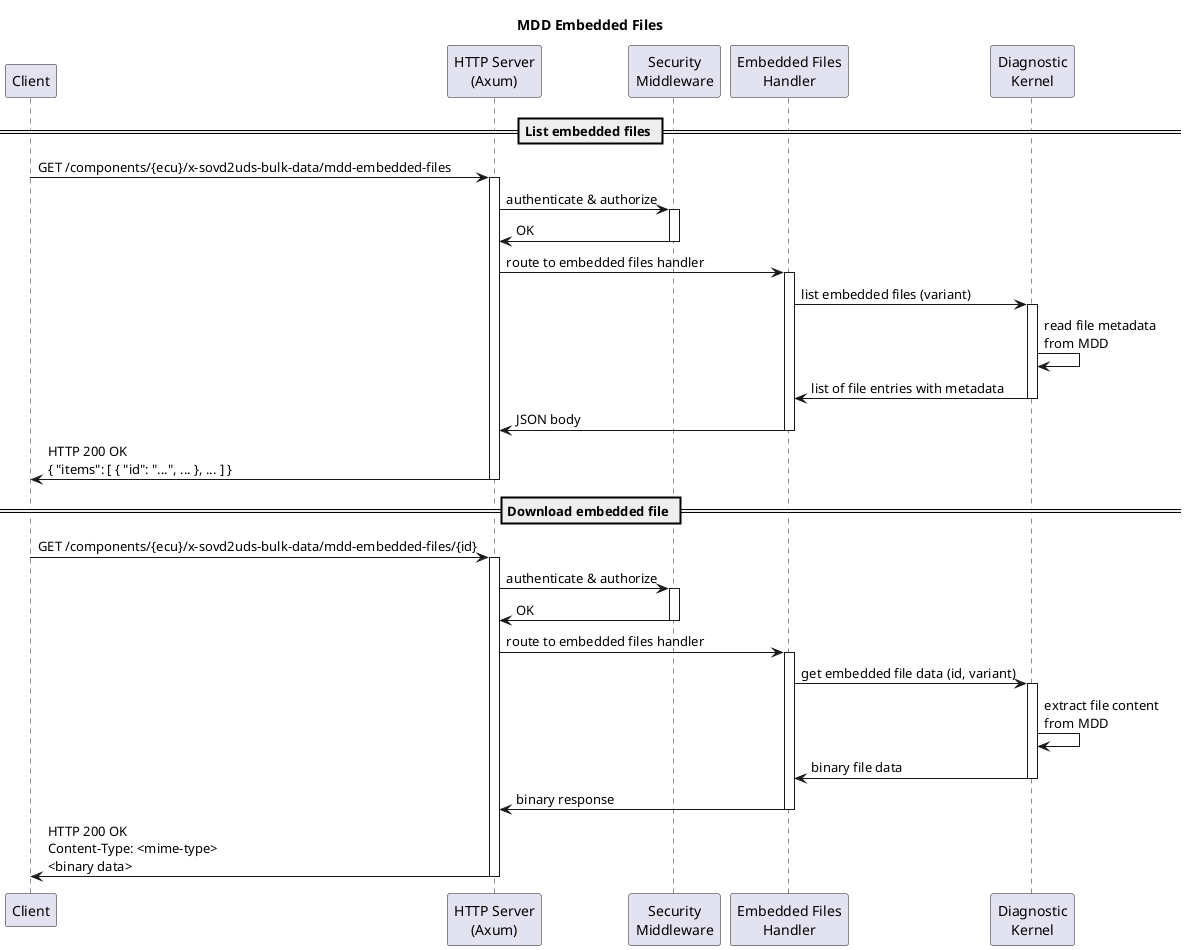
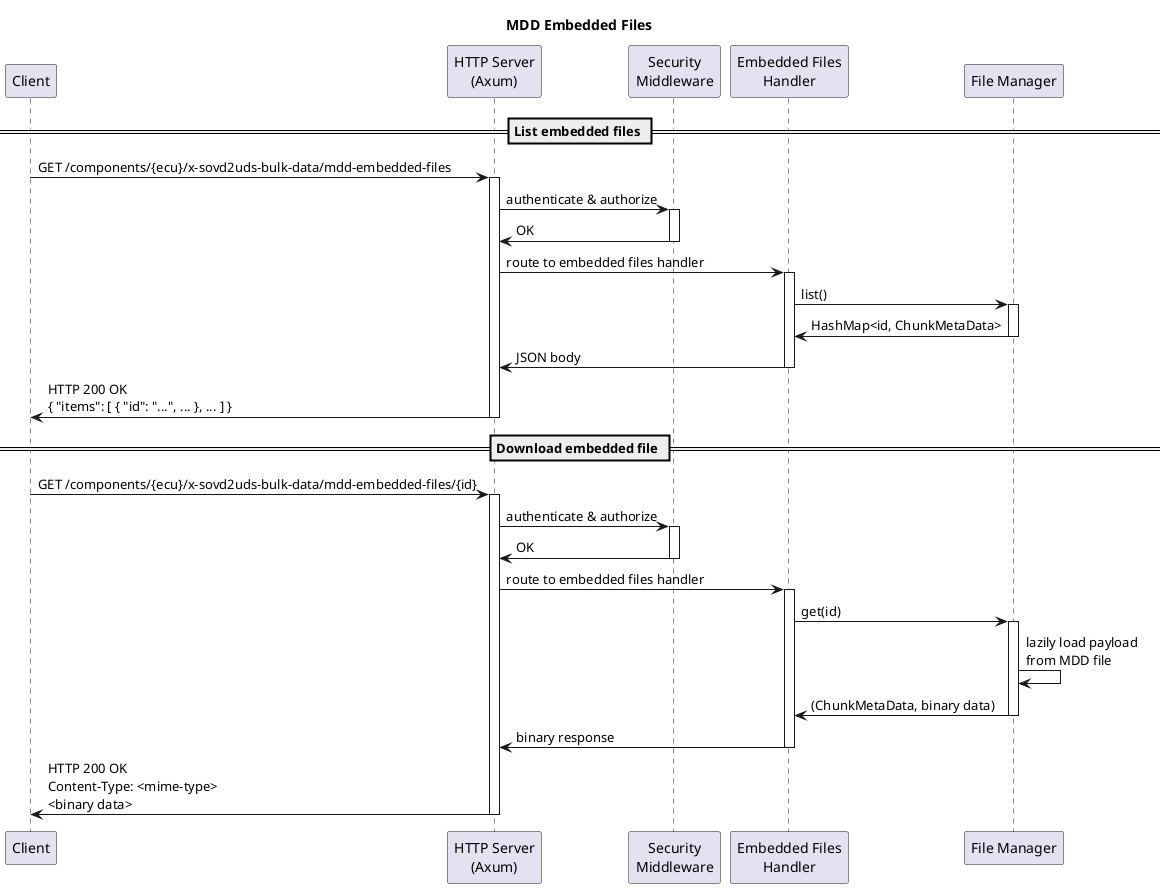
' SPDX-FileCopyrightText: 2026 Copyright (c) Contributors to the Eclipse Foundation
'
' See the NOTICE file(s) distributed with this work for additional
' information regarding copyright ownership.
'
' This program and the accompanying materials are made available under the
' terms of the Apache License Version 2.0 which is available at
' https://www.apache.org/licenses/LICENSE-2.0
'
' SPDX-License-Identifier: Apache-2.0

@startuml
title MDD Embedded Files

participant Client
participant "HTTP Server\n(Axum)" as HTTP
participant "Security\nMiddleware" as SEC
participant "Embedded Files\nHandler" as HANDLER
- participant "Diagnostic\nKernel" as DIAG
+ participant "File Manager" as FM

== List embedded files ==

Client -> HTTP : GET /components/{ecu}/x-sovd2uds-bulk-data/mdd-embedded-files
activate HTTP

HTTP -> SEC : authenticate & authorize
activate SEC
SEC -> HTTP : OK
deactivate SEC

HTTP -> HANDLER : route to embedded files handler
activate HANDLER

- HANDLER -> DIAG : list embedded files (variant)
- activate DIAG
- DIAG -> DIAG : read file metadata\nfrom MDD
- DIAG -> HANDLER : list of file entries with metadata
- deactivate DIAG
+ HANDLER -> FM : list()
+ activate FM
+ FM -> HANDLER : HashMap<id, ChunkMetaData>
+ deactivate FM

HANDLER -> HTTP : JSON body
deactivate HANDLER

HTTP -> Client : HTTP 200 OK\n{ "items": [ { "id": "...", ... }, ... ] }
deactivate HTTP

== Download embedded file ==

Client -> HTTP : GET /components/{ecu}/x-sovd2uds-bulk-data/mdd-embedded-files/{id}
activate HTTP

HTTP -> SEC : authenticate & authorize
activate SEC
SEC -> HTTP : OK
deactivate SEC

HTTP -> HANDLER : route to embedded files handler
activate HANDLER

- HANDLER -> DIAG : get embedded file data (id, variant)
- activate DIAG
- DIAG -> DIAG : extract file content\nfrom MDD
- DIAG -> HANDLER : binary file data
- deactivate DIAG
+ HANDLER -> FM : get(id)
+ activate FM
+ FM -> FM : lazily load payload\nfrom MDD file
+ FM -> HANDLER : (ChunkMetaData, binary data)
+ deactivate FM

HANDLER -> HTTP : binary response
deactivate HANDLER

HTTP -> Client : HTTP 200 OK\nContent-Type: <mime-type>\n<binary data>
deactivate HTTP

@enduml
